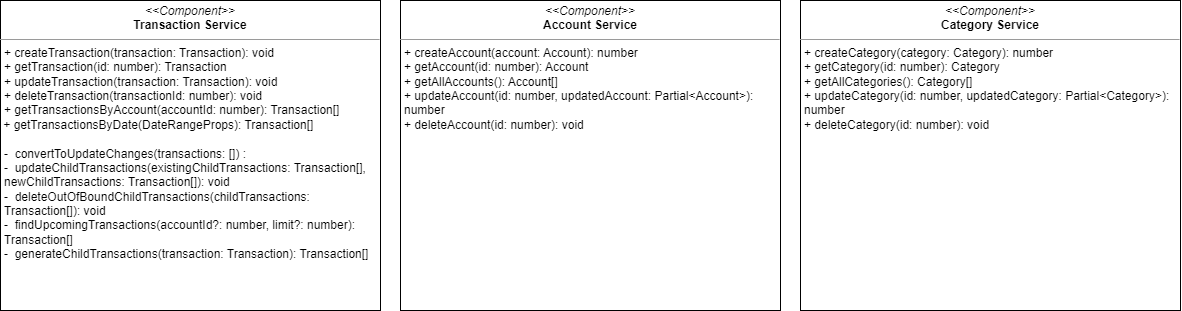
Earlier version of the draw.io export ERD_and_Implementation/diagrams/services.drawio.png (ssanjose/transact). Source tidied: cells renumbered, new cells last; positions are measured from the earlier drawing's top-left corner, leaving out a move shared by most shapes. Its diagram source:
```xml
<mxGraphModel>
  <root>
    <mxCell id="0" />
    <mxCell id="1" parent="0" />
    <mxCell id="2" value="&lt;p style=&quot;margin:0px;margin-top:4px;text-align:center;&quot;&gt;&lt;i&gt;&amp;lt;&amp;lt;Component&amp;gt;&amp;gt;&lt;/i&gt;&lt;br&gt;&lt;span style=&quot;font-weight: 700;&quot;&gt;Transaction Service&lt;/span&gt;&lt;/p&gt;&lt;hr size=&quot;1&quot;&gt;&lt;p style=&quot;margin:0px;margin-left:4px;&quot;&gt;+ createTransaction(transaction: Transaction): void&lt;br&gt;+ getTransaction(id: number): Transaction&lt;/p&gt;&lt;p style=&quot;margin:0px;margin-left:4px;&quot;&gt;+ updateTransaction(transaction: Transaction): void&lt;br&gt;&lt;/p&gt;&lt;p style=&quot;margin:0px;margin-left:4px;&quot;&gt;+ deleteTransaction(transactionId: number): void&lt;br&gt;&lt;/p&gt;&lt;p style=&quot;margin:0px;margin-left:4px;&quot;&gt;+ getTransactionsByAccount(accountId: number): Transaction[]&lt;/p&gt;&amp;nbsp;+&amp;nbsp;&lt;span style=&quot;background-color: initial;&quot;&gt;getTransactionsByDate(DateRangeProps): Transaction[]&lt;/span&gt;&lt;br&gt;&lt;p style=&quot;margin:0px;margin-left:4px;&quot;&gt;&lt;br&gt;&lt;/p&gt;&lt;p style=&quot;margin:0px;margin-left:4px;&quot;&gt;-&amp;nbsp; convertToUpdateChanges(transactions: []) :&amp;nbsp;&lt;/p&gt;&lt;p style=&quot;margin:0px;margin-left:4px;&quot;&gt;-&amp;nbsp; updateChildTransactions(existingChildTransactions: Transaction[], newChildTransactions: Transaction[]): void&lt;/p&gt;&lt;p style=&quot;margin:0px;margin-left:4px;&quot;&gt;-&amp;nbsp; deleteOutOfBoundChildTransactions(childTransactions: Transaction[]): void&lt;/p&gt;&lt;p style=&quot;margin:0px;margin-left:4px;&quot;&gt;-&amp;nbsp; findUpcomingTransactions(accountId?: number, limit?: number): Transaction[]&lt;/p&gt;&lt;p style=&quot;margin:0px;margin-left:4px;&quot;&gt;-&amp;nbsp; generateChildTransactions(transaction: Transaction): Transaction[]&lt;/p&gt;&lt;p style=&quot;margin:0px;margin-left:4px;&quot;&gt;&lt;br&gt;&lt;/p&gt;" style="verticalAlign=top;align=left;overflow=fill;fontSize=12;fontFamily=Helvetica;html=1;whiteSpace=wrap;" parent="1" vertex="1">
      <mxGeometry width="380" height="310" as="geometry" />
    </mxCell>
    <mxCell id="3" value="&lt;p style=&quot;margin:0px;margin-top:4px;text-align:center;&quot;&gt;&lt;i&gt;&amp;lt;&amp;lt;Component&amp;gt;&amp;gt;&lt;/i&gt;&lt;br&gt;&lt;span style=&quot;font-weight: 700;&quot;&gt;Account Service&lt;/span&gt;&lt;/p&gt;&lt;hr size=&quot;1&quot;&gt;&lt;p style=&quot;margin:0px;margin-left:4px;&quot;&gt;+ createAccount(account: Account): number&lt;br&gt;+ getAccount(id: number): Account&lt;/p&gt;&lt;p style=&quot;margin:0px;margin-left:4px;&quot;&gt;+ getAllAccounts(): Account[]&lt;br&gt;&lt;/p&gt;&lt;p style=&quot;margin:0px;margin-left:4px;&quot;&gt;+ updateAccount(id: number, updatedAccount: Partial&amp;lt;Account&amp;gt;): number&lt;br&gt;&lt;/p&gt;&lt;p style=&quot;margin:0px;margin-left:4px;&quot;&gt;+ deleteAccount(id: number): void&lt;/p&gt;&lt;br&gt;&lt;p style=&quot;margin:0px;margin-left:4px;&quot;&gt;&lt;br&gt;&lt;/p&gt;&lt;p style=&quot;margin:0px;margin-left:4px;&quot;&gt;&lt;br&gt;&lt;/p&gt;" style="verticalAlign=top;align=left;overflow=fill;fontSize=12;fontFamily=Helvetica;html=1;whiteSpace=wrap;" parent="1" vertex="1">
      <mxGeometry x="400" width="380" height="310" as="geometry" />
    </mxCell>
    <mxCell id="4" value="&lt;p style=&quot;margin:0px;margin-top:4px;text-align:center;&quot;&gt;&lt;i&gt;&amp;lt;&amp;lt;Component&amp;gt;&amp;gt;&lt;/i&gt;&lt;br&gt;&lt;span style=&quot;font-weight: 700;&quot;&gt;Category Service&lt;/span&gt;&lt;/p&gt;&lt;hr size=&quot;1&quot;&gt;&lt;p style=&quot;margin:0px;margin-left:4px;&quot;&gt;+ createCategory(category: Category): number&lt;br&gt;+ getCategory(id: number): Category&lt;/p&gt;&lt;p style=&quot;margin:0px;margin-left:4px;&quot;&gt;+ getAllCategories(): Category[]&lt;br&gt;&lt;/p&gt;&lt;p style=&quot;margin:0px;margin-left:4px;&quot;&gt;+ updateCategory(id: number, updatedCategory: Partial&amp;lt;Category&amp;gt;): number&lt;br&gt;&lt;/p&gt;&lt;p style=&quot;margin:0px;margin-left:4px;&quot;&gt;+ deleteCategory(id: number): void&lt;/p&gt;&lt;br&gt;&lt;p style=&quot;margin:0px;margin-left:4px;&quot;&gt;&lt;br&gt;&lt;/p&gt;&lt;p style=&quot;margin:0px;margin-left:4px;&quot;&gt;&lt;br&gt;&lt;/p&gt;" style="verticalAlign=top;align=left;overflow=fill;fontSize=12;fontFamily=Helvetica;html=1;whiteSpace=wrap;" parent="1" vertex="1">
      <mxGeometry x="800" width="380" height="310" as="geometry" />
    </mxCell>
  </root>
</mxGraphModel>
```
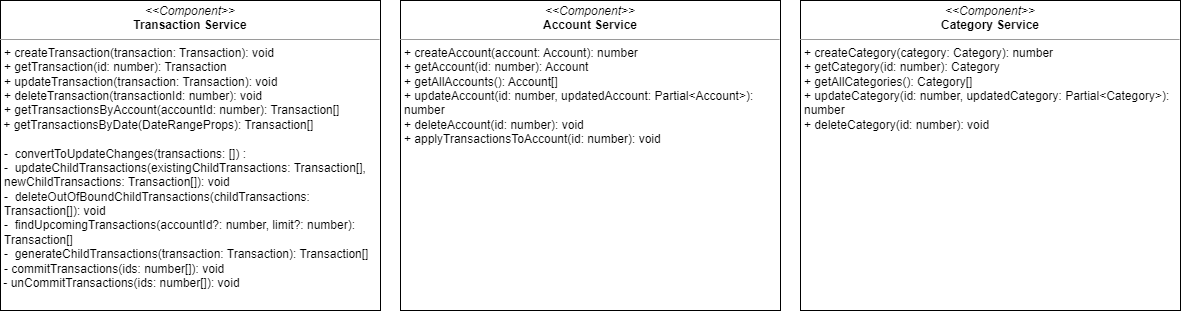
The same file after the commit.

Commit message:
add: commit and uncommit methods to transaction service to mark transactions as pending or processing

What changed in the source:
```diff
@@ -2,10 +2,10 @@
   <root>
     <mxCell id="0" />
     <mxCell id="1" parent="0" />
-    <mxCell id="2" value="&lt;p style=&quot;margin:0px;margin-top:4px;text-align:center;&quot;&gt;&lt;i&gt;&amp;lt;&amp;lt;Component&amp;gt;&amp;gt;&lt;/i&gt;&lt;br&gt;&lt;span style=&quot;font-weight: 700;&quot;&gt;Transaction Service&lt;/span&gt;&lt;/p&gt;&lt;hr size=&quot;1&quot;&gt;&lt;p style=&quot;margin:0px;margin-left:4px;&quot;&gt;+ createTransaction(transaction: Transaction): void&lt;br&gt;+ getTransaction(id: number): Transaction&lt;/p&gt;&lt;p style=&quot;margin:0px;margin-left:4px;&quot;&gt;+ updateTransaction(transaction: Transaction): void&lt;br&gt;&lt;/p&gt;&lt;p style=&quot;margin:0px;margin-left:4px;&quot;&gt;+ deleteTransaction(transactionId: number): void&lt;br&gt;&lt;/p&gt;&lt;p style=&quot;margin:0px;margin-left:4px;&quot;&gt;+ getTransactionsByAccount(accountId: number): Transaction[]&lt;/p&gt;&amp;nbsp;+&amp;nbsp;&lt;span style=&quot;background-color: initial;&quot;&gt;getTransactionsByDate(DateRangeProps): Transaction[]&lt;/span&gt;&lt;br&gt;&lt;p style=&quot;margin:0px;margin-left:4px;&quot;&gt;&lt;br&gt;&lt;/p&gt;&lt;p style=&quot;margin:0px;margin-left:4px;&quot;&gt;-&amp;nbsp; convertToUpdateChanges(transactions: []) :&amp;nbsp;&lt;/p&gt;&lt;p style=&quot;margin:0px;margin-left:4px;&quot;&gt;-&amp;nbsp; updateChildTransactions(existingChildTransactions: Transaction[], newChildTransactions: Transaction[]): void&lt;/p&gt;&lt;p style=&quot;margin:0px;margin-left:4px;&quot;&gt;-&amp;nbsp; deleteOutOfBoundChildTransactions(childTransactions: Transaction[]): void&lt;/p&gt;&lt;p style=&quot;margin:0px;margin-left:4px;&quot;&gt;-&amp;nbsp; findUpcomingTransactions(accountId?: number, limit?: number): Transaction[]&lt;/p&gt;&lt;p style=&quot;margin:0px;margin-left:4px;&quot;&gt;-&amp;nbsp; generateChildTransactions(transaction: Transaction): Transaction[]&lt;/p&gt;&lt;p style=&quot;margin:0px;margin-left:4px;&quot;&gt;&lt;br&gt;&lt;/p&gt;" style="verticalAlign=top;align=left;overflow=fill;fontSize=12;fontFamily=Helvetica;html=1;whiteSpace=wrap;" parent="1" vertex="1">
+    <mxCell id="2" value="&lt;p style=&quot;margin:0px;margin-top:4px;text-align:center;&quot;&gt;&lt;i&gt;&amp;lt;&amp;lt;Component&amp;gt;&amp;gt;&lt;/i&gt;&lt;br&gt;&lt;span style=&quot;font-weight: 700;&quot;&gt;Transaction Service&lt;/span&gt;&lt;/p&gt;&lt;hr size=&quot;1&quot;&gt;&lt;p style=&quot;margin:0px;margin-left:4px;&quot;&gt;+ createTransaction(transaction: Transaction): void&lt;br&gt;+ getTransaction(id: number): Transaction&lt;/p&gt;&lt;p style=&quot;margin:0px;margin-left:4px;&quot;&gt;+ updateTransaction(transaction: Transaction): void&lt;br&gt;&lt;/p&gt;&lt;p style=&quot;margin:0px;margin-left:4px;&quot;&gt;+ deleteTransaction(transactionId: number): void&lt;br&gt;&lt;/p&gt;&lt;p style=&quot;margin:0px;margin-left:4px;&quot;&gt;+ getTransactionsByAccount(accountId: number): Transaction[]&lt;/p&gt;&amp;nbsp;+&amp;nbsp;&lt;span style=&quot;background-color: initial;&quot;&gt;getTransactionsByDate(DateRangeProps): Transaction[]&lt;/span&gt;&lt;br&gt;&lt;p style=&quot;margin:0px;margin-left:4px;&quot;&gt;&lt;br&gt;&lt;/p&gt;&lt;p style=&quot;margin:0px;margin-left:4px;&quot;&gt;-&amp;nbsp; convertToUpdateChanges(transactions: []) :&amp;nbsp;&lt;/p&gt;&lt;p style=&quot;margin:0px;margin-left:4px;&quot;&gt;-&amp;nbsp; updateChildTransactions(existingChildTransactions: Transaction[], newChildTransactions: Transaction[]): void&lt;/p&gt;&lt;p style=&quot;margin:0px;margin-left:4px;&quot;&gt;-&amp;nbsp; deleteOutOfBoundChildTransactions(childTransactions: Transaction[]): void&lt;/p&gt;&lt;p style=&quot;margin:0px;margin-left:4px;&quot;&gt;-&amp;nbsp; findUpcomingTransactions(accountId?: number, limit?: number): Transaction[]&lt;/p&gt;&lt;p style=&quot;margin:0px;margin-left:4px;&quot;&gt;-&amp;nbsp; generateChildTransactions(transaction: Transaction): Transaction[]&lt;/p&gt;&lt;p style=&quot;margin:0px;margin-left:4px;&quot;&gt;- commitTransactions(ids: number[]): void&lt;span style=&quot;background-color: initial;&quot;&gt;&amp;nbsp;&lt;/span&gt;&lt;/p&gt;&amp;nbsp;- unCommitTransactions(ids: number[]): void&lt;p style=&quot;margin:0px;margin-left:4px;&quot;&gt;&lt;br&gt;&lt;/p&gt;" style="verticalAlign=top;align=left;overflow=fill;fontSize=12;fontFamily=Helvetica;html=1;whiteSpace=wrap;" parent="1" vertex="1">
       <mxGeometry width="380" height="310" as="geometry" />
     </mxCell>
-    <mxCell id="3" value="&lt;p style=&quot;margin:0px;margin-top:4px;text-align:center;&quot;&gt;&lt;i&gt;&amp;lt;&amp;lt;Component&amp;gt;&amp;gt;&lt;/i&gt;&lt;br&gt;&lt;span style=&quot;font-weight: 700;&quot;&gt;Account Service&lt;/span&gt;&lt;/p&gt;&lt;hr size=&quot;1&quot;&gt;&lt;p style=&quot;margin:0px;margin-left:4px;&quot;&gt;+ createAccount(account: Account): number&lt;br&gt;+ getAccount(id: number): Account&lt;/p&gt;&lt;p style=&quot;margin:0px;margin-left:4px;&quot;&gt;+ getAllAccounts(): Account[]&lt;br&gt;&lt;/p&gt;&lt;p style=&quot;margin:0px;margin-left:4px;&quot;&gt;+ updateAccount(id: number, updatedAccount: Partial&amp;lt;Account&amp;gt;): number&lt;br&gt;&lt;/p&gt;&lt;p style=&quot;margin:0px;margin-left:4px;&quot;&gt;+ deleteAccount(id: number): void&lt;/p&gt;&lt;br&gt;&lt;p style=&quot;margin:0px;margin-left:4px;&quot;&gt;&lt;br&gt;&lt;/p&gt;&lt;p style=&quot;margin:0px;margin-left:4px;&quot;&gt;&lt;br&gt;&lt;/p&gt;" style="verticalAlign=top;align=left;overflow=fill;fontSize=12;fontFamily=Helvetica;html=1;whiteSpace=wrap;" parent="1" vertex="1">
+    <mxCell id="3" value="&lt;p style=&quot;margin:0px;margin-top:4px;text-align:center;&quot;&gt;&lt;i&gt;&amp;lt;&amp;lt;Component&amp;gt;&amp;gt;&lt;/i&gt;&lt;br&gt;&lt;span style=&quot;font-weight: 700;&quot;&gt;Account Service&lt;/span&gt;&lt;/p&gt;&lt;hr size=&quot;1&quot;&gt;&lt;p style=&quot;margin:0px;margin-left:4px;&quot;&gt;+ createAccount(account: Account): number&lt;br&gt;+ getAccount(id: number): Account&lt;/p&gt;&lt;p style=&quot;margin:0px;margin-left:4px;&quot;&gt;+ getAllAccounts(): Account[]&lt;br&gt;&lt;/p&gt;&lt;p style=&quot;margin:0px;margin-left:4px;&quot;&gt;+ updateAccount(id: number, updatedAccount: Partial&amp;lt;Account&amp;gt;): number&lt;br&gt;&lt;/p&gt;&lt;p style=&quot;margin:0px;margin-left:4px;&quot;&gt;+ deleteAccount(id: number): void&lt;/p&gt;&lt;p style=&quot;margin:0px;margin-left:4px;&quot;&gt;+ applyTransactionsToAccount(id: number): void&lt;/p&gt;&lt;br&gt;&lt;p style=&quot;margin:0px;margin-left:4px;&quot;&gt;&lt;br&gt;&lt;/p&gt;&lt;p style=&quot;margin:0px;margin-left:4px;&quot;&gt;&lt;br&gt;&lt;/p&gt;" style="verticalAlign=top;align=left;overflow=fill;fontSize=12;fontFamily=Helvetica;html=1;whiteSpace=wrap;" parent="1" vertex="1">
       <mxGeometry x="400" width="380" height="310" as="geometry" />
     </mxCell>
     <mxCell id="4" value="&lt;p style=&quot;margin:0px;margin-top:4px;text-align:center;&quot;&gt;&lt;i&gt;&amp;lt;&amp;lt;Component&amp;gt;&amp;gt;&lt;/i&gt;&lt;br&gt;&lt;span style=&quot;font-weight: 700;&quot;&gt;Category Service&lt;/span&gt;&lt;/p&gt;&lt;hr size=&quot;1&quot;&gt;&lt;p style=&quot;margin:0px;margin-left:4px;&quot;&gt;+ createCategory(category: Category): number&lt;br&gt;+ getCategory(id: number): Category&lt;/p&gt;&lt;p style=&quot;margin:0px;margin-left:4px;&quot;&gt;+ getAllCategories(): Category[]&lt;br&gt;&lt;/p&gt;&lt;p style=&quot;margin:0px;margin-left:4px;&quot;&gt;+ updateCategory(id: number, updatedCategory: Partial&amp;lt;Category&amp;gt;): number&lt;br&gt;&lt;/p&gt;&lt;p style=&quot;margin:0px;margin-left:4px;&quot;&gt;+ deleteCategory(id: number): void&lt;/p&gt;&lt;br&gt;&lt;p style=&quot;margin:0px;margin-left:4px;&quot;&gt;&lt;br&gt;&lt;/p&gt;&lt;p style=&quot;margin:0px;margin-left:4px;&quot;&gt;&lt;br&gt;&lt;/p&gt;" style="verticalAlign=top;align=left;overflow=fill;fontSize=12;fontFamily=Helvetica;html=1;whiteSpace=wrap;" parent="1" vertex="1">
```
